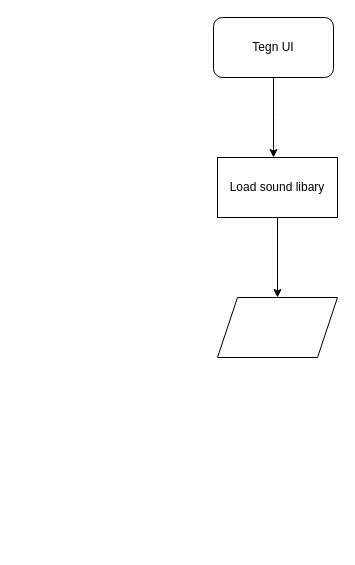
Before: MorseCode-Rutediagram.drawio in H24HX3-MorseCode-JakubK/MorseCode, a draw.io diagram. Source tidied: cells renumbered, new cells numbered last; positions are measured from the earlier drawing's top-left corner, leaving out a move shared by most shapes. Both pictures are drawn from the tidied source at 100%, with x=0, y=0 at pixel (213, 17).
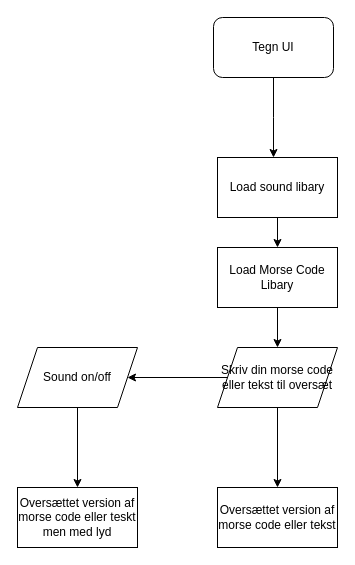
The same diagram, later.

What changed in the source:
```diff
@@
 <mxGraphModel>
   <root>
     <mxCell id="0" />
     <mxCell id="1" parent="0" />
     <mxCell id="2" style="edgeStyle=orthogonalEdgeStyle;rounded=0;jettySize=auto;html=1;" parent="1" edge="1" source="3">
       <mxGeometry relative="1" as="geometry">
         <mxPoint x="60" y="140" as="targetPoint" />
       </mxGeometry>
     </mxCell>
     <mxCell id="3" value="Tegn UI" style="rounded=1;whiteSpace=wrap;html=1;" parent="1" vertex="1">
       <mxGeometry width="120" height="60" as="geometry" />
     </mxCell>
-    <mxCell id="4" style="edgeStyle=orthogonalEdgeStyle;rounded=0;jettySize=auto;html=1;" parent="1" edge="1" source="5" target="6">
-      <mxGeometry relative="1" as="geometry" />
-    </mxCell>
+    <mxCell id="7" style="edgeStyle=orthogonalEdgeStyle;rounded=0;jettySize=auto;html=1;" parent="1" edge="1" source="5" target="11">
+      <mxGeometry relative="1" as="geometry" />
+    </mxCell>
     <mxCell id="5" value="Load sound libary" style="rounded=0;whiteSpace=wrap;html=1;" parent="1" vertex="1">
       <mxGeometry x="4" y="140" width="120" height="60" as="geometry" />
     </mxCell>
+    <mxCell id="8" style="edgeStyle=orthogonalEdgeStyle;rounded=0;jettySize=auto;html=1;" parent="1" edge="1" source="6" target="12">
+      <mxGeometry relative="1" as="geometry" />
+    </mxCell>
+    <mxCell id="9" style="edgeStyle=orthogonalEdgeStyle;rounded=0;jettySize=auto;html=1;" parent="1" edge="1" source="6" target="14">
+      <mxGeometry relative="1" as="geometry" />
+    </mxCell>
-    <mxCell id="6" style="shape=parallelogram;perimeter=parallelogramPerimeter;whiteSpace=wrap;html=1;fixedSize=1;rounded=0;" parent="1" vertex="1">
-      <mxGeometry x="4" y="280" width="120" height="60" as="geometry" />
+    <mxCell id="6" value="Skriv din morse code eller tekst til oversæt" style="shape=parallelogram;perimeter=parallelogramPerimeter;whiteSpace=wrap;html=1;fixedSize=1;rounded=0;" parent="1" vertex="1">
+      <mxGeometry x="4" y="330" width="120" height="60" as="geometry" />
     </mxCell>
+    <mxCell id="10" style="edgeStyle=orthogonalEdgeStyle;rounded=0;jettySize=auto;html=1;" parent="1" edge="1" source="11" target="6">
+      <mxGeometry relative="1" as="geometry" />
+    </mxCell>
+    <mxCell id="11" value="Load Morse Code Libary" style="rounded=0;whiteSpace=wrap;html=1;" parent="1" vertex="1">
+      <mxGeometry x="4" y="230" width="120" height="60" as="geometry" />
+    </mxCell>
+    <mxCell id="12" value="Oversættet version af morse code eller tekst" style="whiteSpace=wrap;html=1;rounded=0;" parent="1" vertex="1">
+      <mxGeometry x="4" y="470" width="120" height="60" as="geometry" />
+    </mxCell>
+    <mxCell id="13" style="edgeStyle=orthogonalEdgeStyle;rounded=0;jettySize=auto;html=1;" parent="1" edge="1" source="14" target="15">
+      <mxGeometry relative="1" as="geometry" />
+    </mxCell>
+    <mxCell id="14" value="Sound on/off" style="shape=parallelogram;perimeter=parallelogramPerimeter;whiteSpace=wrap;html=1;fixedSize=1;rounded=0;" parent="1" vertex="1">
+      <mxGeometry x="-196" y="330" width="120" height="60" as="geometry" />
+    </mxCell>
+    <mxCell id="15" value="Oversættet version af morse code eller teskt men med lyd" style="whiteSpace=wrap;html=1;rounded=0;" parent="1" vertex="1">
+      <mxGeometry x="-196" y="470" width="120" height="60" as="geometry" />
+    </mxCell>
   </root>
 </mxGraphModel>
```
